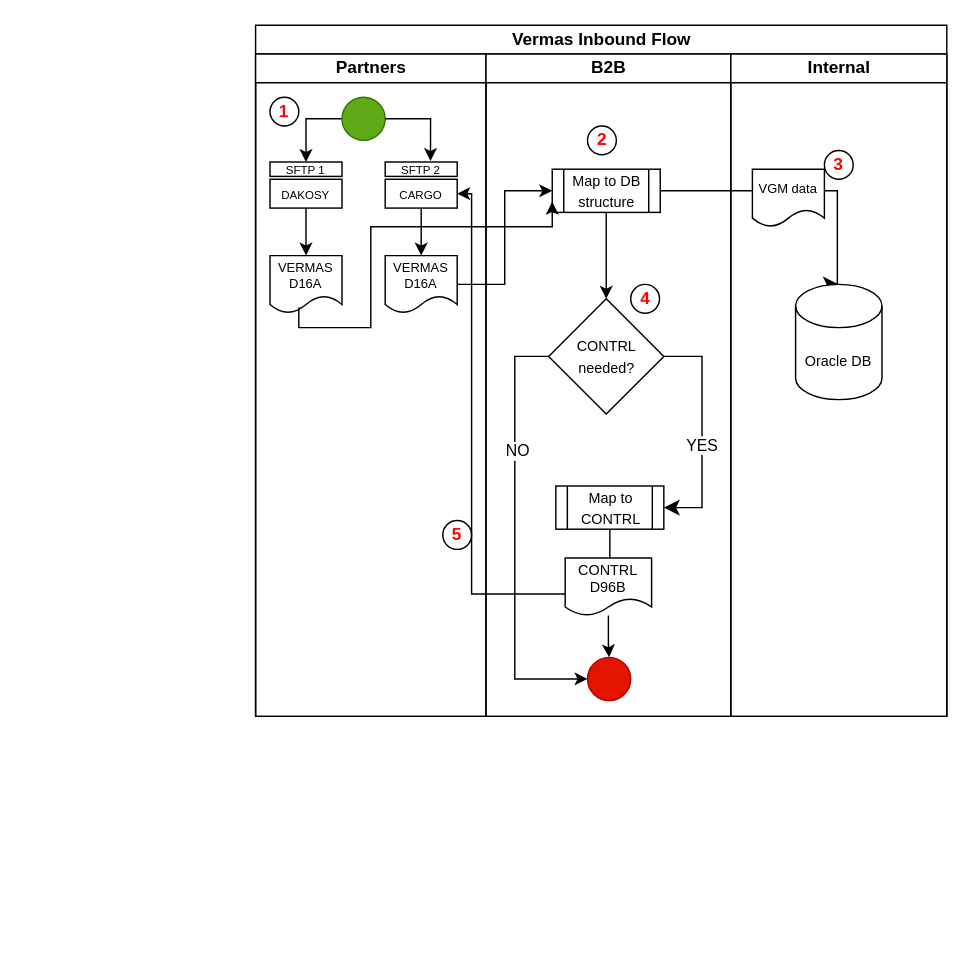
The draw.io diagram Vermas Inbound Flow.drawio in Zprit/draw-io, before the edit. Source tidied: cells renumbered, new cells numbered last; positions are measured from the earlier drawing's top-left corner, leaving out a move shared by most shapes. Both pictures are drawn from the tidied source at 144%, with x=0, y=0 at pixel (255, 24).
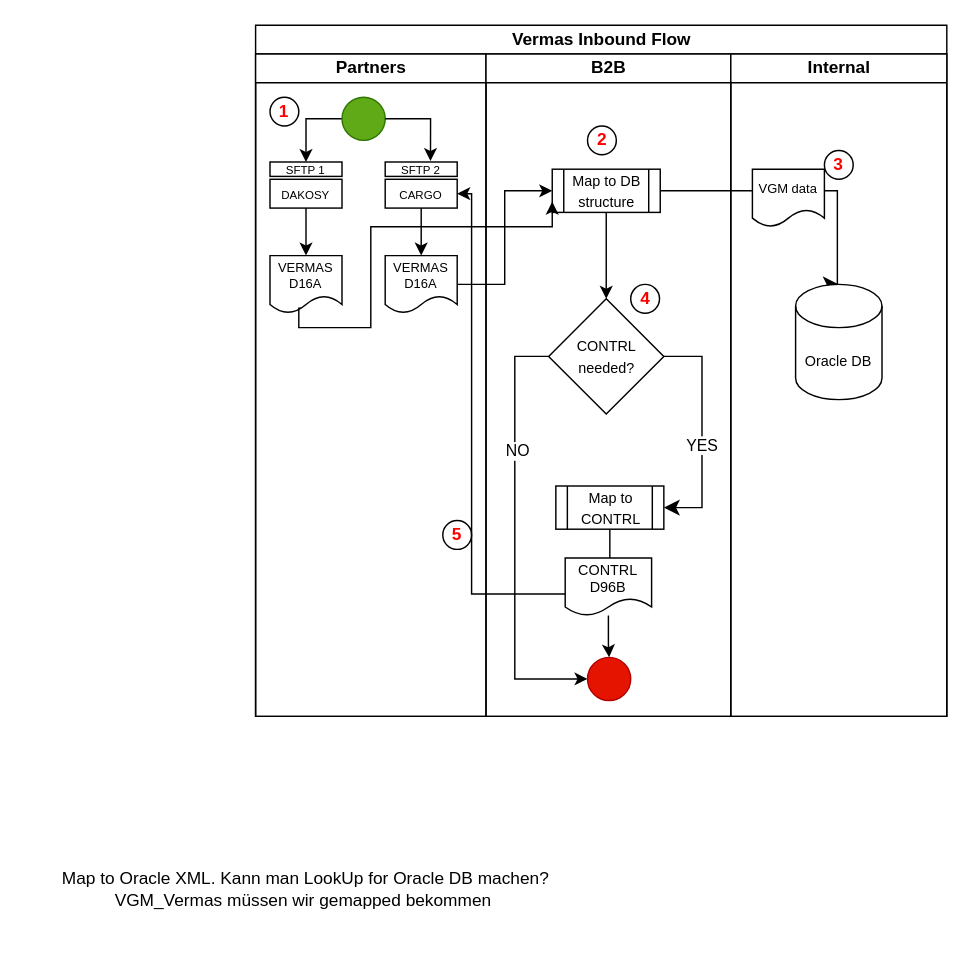
Above is the later version.

The edit, as a diff of the source:
```diff
@@
+    <mxCell id="40" value="Map to Oracle XML. Kann man LookUp for Oracle DB machen?&lt;div&gt;VGM_Vermas müssen wir gemapped bekommen&amp;nbsp;&lt;/div&gt;" style="text;html=1;whiteSpace=wrap;strokeColor=none;fillColor=none;align=center;verticalAlign=middle;rounded=0;" parent="1" vertex="1">
+      <mxGeometry x="-160" y="570" width="390" height="60" as="geometry" />
+    </mxCell>
```
